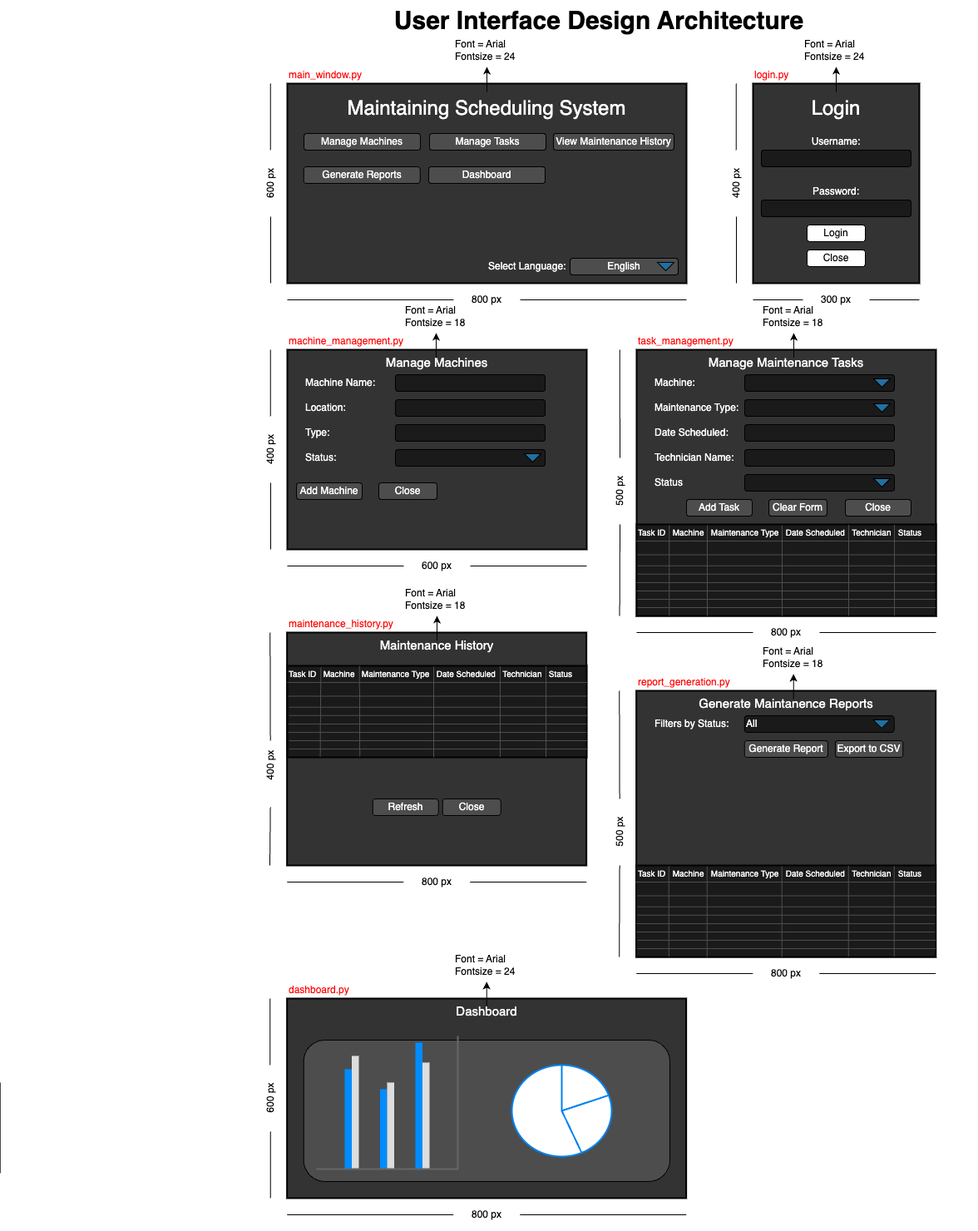
Earlier version of the draw.io export assets/design/window_schema.png (erogluegemen/MaintenanceSchedulingSystem). Source tidied: cells renumbered, new cells last; positions are measured from the earlier drawing's top-left corner, leaving out a move shared by most shapes.
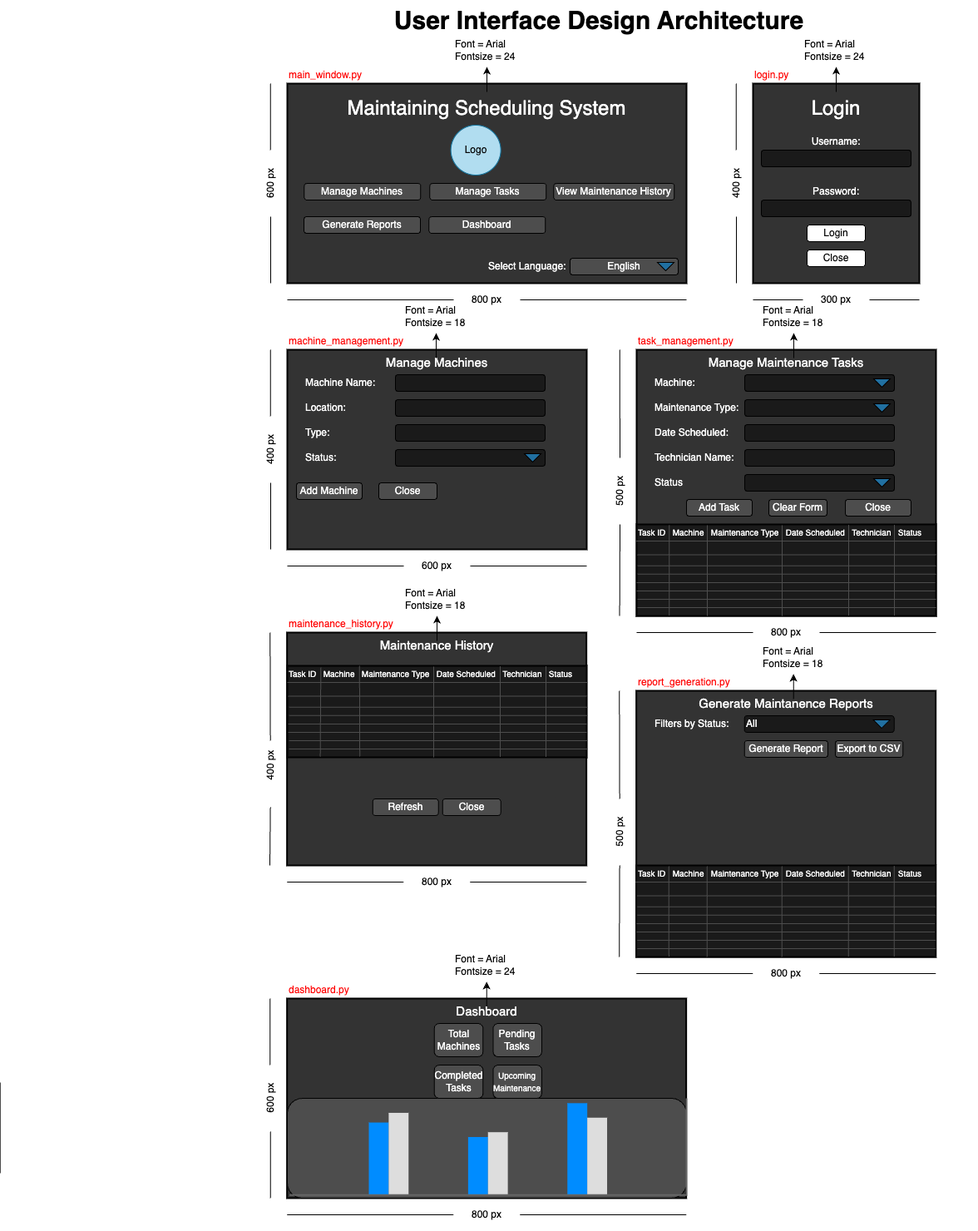
Above is the later version.

The edit, as a diff of the source:
```diff
@@ -12,13 +12,13 @@
       <mxGeometry x="345" y="110" width="480" height="40" as="geometry" />
     </mxCell>
     <mxCell id="5" value="&lt;font color=&quot;#ffffff&quot;&gt;Manage Machines&lt;/font&gt;" style="rounded=1;whiteSpace=wrap;html=1;fillColor=#4D4D4D;" parent="1" vertex="1">
-      <mxGeometry x="365" y="160" width="140" height="20" as="geometry" />
+      <mxGeometry x="365.4" y="220" width="140" height="20" as="geometry" />
     </mxCell>
     <mxCell id="6" value="&lt;font color=&quot;#ffffff&quot;&gt;Manage Tasks&lt;/font&gt;" style="rounded=1;whiteSpace=wrap;html=1;fillColor=#4D4D4D;" parent="1" vertex="1">
-      <mxGeometry x="516" y="160" width="140" height="20" as="geometry" />
+      <mxGeometry x="516.4" y="220" width="140" height="20" as="geometry" />
     </mxCell>
     <mxCell id="7" value="&lt;font color=&quot;#ffffff&quot;&gt;View Maintenance History&lt;/font&gt;" style="rounded=1;whiteSpace=wrap;html=1;fillColor=#4D4D4D;" parent="1" vertex="1">
-      <mxGeometry x="665" y="160" width="145" height="20" as="geometry" />
+      <mxGeometry x="665.4" y="220" width="145" height="20" as="geometry" />
     </mxCell>
     <mxCell id="8" style="endArrow=classic;html=1;rounded=0;" parent="1" edge="1" source="4">
       <mxGeometry relative="1" as="geometry">
@@ -682,10 +682,10 @@
       <mxGeometry x="485" y="360" width="80" height="40" as="geometry" />
     </mxCell>
     <mxCell id="159" value="&lt;font color=&quot;#ffffff&quot;&gt;Generate Reports&lt;/font&gt;" style="rounded=1;whiteSpace=wrap;html=1;fillColor=#4D4D4D;" parent="1" vertex="1">
-      <mxGeometry x="364.6" y="200" width="140" height="20" as="geometry" />
+      <mxGeometry x="365" y="260" width="140" height="20" as="geometry" />
     </mxCell>
     <mxCell id="160" value="&lt;font color=&quot;#ffffff&quot;&gt;Dashboard&lt;/font&gt;" style="rounded=1;whiteSpace=wrap;html=1;fillColor=#4D4D4D;" parent="1" vertex="1">
-      <mxGeometry x="515" y="200" width="140" height="20" as="geometry" />
+      <mxGeometry x="515.4" y="260" width="140" height="20" as="geometry" />
     </mxCell>
     <mxCell id="161" value="&lt;font color=&quot;#ffffff&quot;&gt;English&lt;/font&gt;" style="rounded=1;whiteSpace=wrap;html=1;fillColor=#4D4D4D;" parent="1" vertex="1">
       <mxGeometry x="685" y="310" width="130" height="20" as="geometry" />
@@ -700,7 +700,7 @@
       <mxGeometry x="344.6" y="1200" width="480" height="240" as="geometry" />
     </mxCell>
     <mxCell id="165" style="rounded=1;whiteSpace=wrap;html=1;fillColor=#4D4D4D;" parent="1" vertex="1">
-      <mxGeometry x="364.6" y="1250" width="440.4" height="170" as="geometry" />
+      <mxGeometry x="345" y="1320" width="480" height="120" as="geometry" />
     </mxCell>
     <mxCell id="166" style="endArrow=classic;html=1;rounded=0;" parent="1" edge="1">
       <mxGeometry relative="1" as="geometry">
@@ -747,10 +747,22 @@
       <mxGeometry x="345" y="1200" width="480" height="30" as="geometry" />
     </mxCell>
     <mxCell id="176" style="verticalLabelPosition=bottom;shadow=0;dashed=0;align=center;html=1;verticalAlign=top;strokeWidth=1;shape=mxgraph.mockup.graphics.barChart;strokeColor=none;strokeColor2=none;strokeColor3=#666666;fillColor2=#008cff;fillColor3=#dddddd;fillColor=none;rotation=-90;" parent="1" vertex="1">
-      <mxGeometry x="385" y="1240" width="160" height="170" as="geometry" />
+      <mxGeometry x="528.1" y="1139.4" width="116.2" height="477.5" as="geometry" />
     </mxCell>
-    <mxCell id="177" style="html=1;verticalLabelPosition=bottom;align=center;labelBackgroundColor=#ffffff;verticalAlign=top;strokeWidth=2;strokeColor=#0080F0;shadow=0;dashed=0;shape=mxgraph.ios7.icons.pie_chart;fillColor=default;" parent="1" vertex="1">
-      <mxGeometry x="615" y="1280" width="120" height="110" as="geometry" />
-    </mxCell>
+    <mxCell id="178" value="Logo" style="ellipse;whiteSpace=wrap;html=1;fillColor=#b1ddf0;strokeColor=#10739e;" parent="1" vertex="1">
+      <mxGeometry x="541.6" y="150" width="60" height="60" as="geometry" />
+    </mxCell>
+    <mxCell id="179" value="&lt;font color=&quot;#ffffff&quot;&gt;Pending Tasks&lt;/font&gt;" style="rounded=1;whiteSpace=wrap;html=1;fillColor=#4D4D4D;" parent="1" vertex="1">
+      <mxGeometry x="592.4" y="1230" width="58.6" height="40" as="geometry" />
+    </mxCell>
+    <mxCell id="180" value="&lt;font style=&quot;font-size: 10px;&quot; color=&quot;#ffffff&quot;&gt;Upcoming Maintenance&lt;/font&gt;" style="rounded=1;whiteSpace=wrap;html=1;fillColor=#4D4D4D;" parent="1" vertex="1">
+      <mxGeometry x="592.4" y="1280" width="58.6" height="40" as="geometry" />
+    </mxCell>
+    <mxCell id="181" value="&lt;font color=&quot;#ffffff&quot;&gt;Total Machines&lt;/font&gt;" style="rounded=1;whiteSpace=wrap;html=1;fillColor=#4D4D4D;" parent="1" vertex="1">
+      <mxGeometry x="521.7" y="1230" width="58.6" height="40" as="geometry" />
+    </mxCell>
+    <mxCell id="182" value="&lt;font color=&quot;#ffffff&quot;&gt;Completed Tasks&lt;/font&gt;" style="rounded=1;whiteSpace=wrap;html=1;fillColor=#4D4D4D;" parent="1" vertex="1">
+      <mxGeometry x="521.7" y="1280" width="58.6" height="40" as="geometry" />
+    </mxCell>
   </root>
 </mxGraphModel>
```
